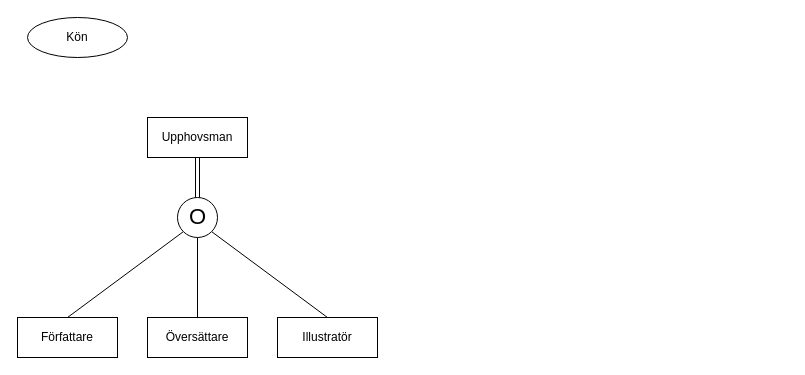
Earlier version of the draw.io diagram Boksamling.drawio (Ingelisun/ERmodels). Source tidied: cells renumbered, new cells numbered last; positions are measured from the earlier drawing's top-left corner, leaving out a move shared by most shapes. Both pictures are drawn from the tidied source at 100%, with x=0, y=0 at pixel (17, 17).
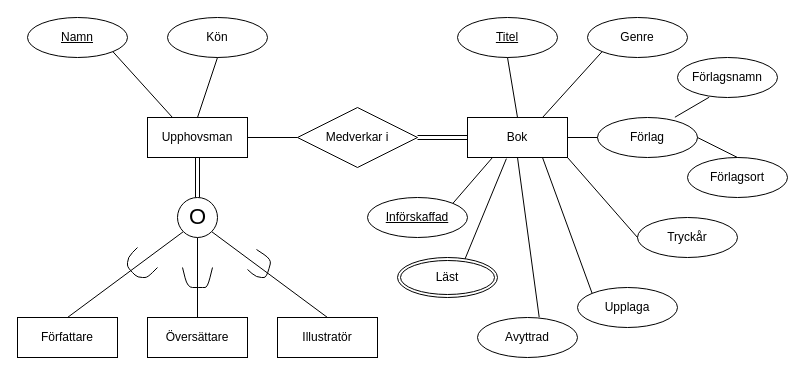
After the change.

The change refers to these unchanged cells:
```xml
<mxCell id="2" value="Upphovsman" style="whiteSpace=wrap;html=1;align=center;" parent="1" vertex="1">
  <mxGeometry x="130" y="100" width="100" height="40" as="geometry" />
</mxCell>
```

The edit, as a diff of the source:
```diff
@@
-    <mxCell id="3" value="Kön" style="ellipse;whiteSpace=wrap;html=1;align=center;" parent="1" vertex="1">
+    <mxCell id="3" value="&lt;u&gt;Namn&lt;/u&gt;" style="ellipse;whiteSpace=wrap;html=1;align=center;" parent="1" vertex="1">
       <mxGeometry x="10" width="100" height="40" as="geometry" />
     </mxCell>
@@
+    <mxCell id="14" style="endArrow=none;html=1;fontSize=26;anchorPointDirection=0;" parent="1" edge="1">
+      <mxGeometry relative="1" as="geometry">
+        <mxPoint x="120" y="230" as="sourcePoint" />
+        <mxPoint x="140" y="250" as="targetPoint" />
+        <Array as="points">
+          <mxPoint x="110" y="240" />
+          <mxPoint x="110" y="250" />
+          <mxPoint x="120" y="260" />
+          <mxPoint x="130" y="260" />
+        </Array>
+      </mxGeometry>
+    </mxCell>
+    <mxCell id="15" style="endArrow=none;html=1;fontSize=26;" parent="1" edge="1">
+      <mxGeometry relative="1" as="geometry">
+        <mxPoint x="165" y="250" as="sourcePoint" />
+        <mxPoint x="195" y="250" as="targetPoint" />
+        <Array as="points">
+          <mxPoint x="170" y="270" />
+          <mxPoint x="180" y="270" />
+          <mxPoint x="190" y="270" />
+        </Array>
+      </mxGeometry>
+    </mxCell>
+    <mxCell id="16" style="endArrow=none;html=1;fontSize=26;" parent="1" edge="1">
+      <mxGeometry relative="1" as="geometry">
+        <mxPoint x="230" y="252" as="sourcePoint" />
+        <mxPoint x="239" y="232" as="targetPoint" />
+        <Array as="points">
+          <mxPoint x="239" y="260" />
+          <mxPoint x="249" y="260" />
+          <mxPoint x="254" y="242" />
+        </Array>
+      </mxGeometry>
+    </mxCell>
+    <mxCell id="17" style="edgeStyle=orthogonalEdgeStyle;shape=link;rounded=0;jettySize=auto;html=1;fontSize=12;" parent="1" edge="1" source="18" target="19">
+      <mxGeometry relative="1" as="geometry" />
+    </mxCell>
+    <mxCell id="18" value="Medverkar i" style="shape=rhombus;perimeter=rhombusPerimeter;whiteSpace=wrap;html=1;align=center;fontSize=12;" parent="1" vertex="1">
+      <mxGeometry x="280" y="90" width="120" height="60" as="geometry" />
+    </mxCell>
+    <mxCell id="19" value="Bok" style="whiteSpace=wrap;html=1;align=center;fontSize=12;" parent="1" vertex="1">
+      <mxGeometry x="450" y="100" width="100" height="40" as="geometry" />
+    </mxCell>
+    <mxCell id="20" style="endArrow=none;html=1;rounded=0;fontSize=12;exitX=1;exitY=0.5;exitDx=0;exitDy=0;entryX=0;entryY=0.5;entryDx=0;entryDy=0;" parent="1" edge="1" source="2" target="18">
+      <mxGeometry relative="1" as="geometry" />
+    </mxCell>
+    <mxCell id="21" style="endArrow=none;html=1;rounded=0;fontSize=12;exitX=1;exitY=1;exitDx=0;exitDy=0;entryX=0.25;entryY=0;entryDx=0;entryDy=0;" parent="1" edge="1" source="3" target="2">
+      <mxGeometry relative="1" as="geometry" />
+    </mxCell>
+    <mxCell id="22" value="Kön" style="ellipse;whiteSpace=wrap;html=1;align=center;" parent="1" vertex="1">
+      <mxGeometry x="150" width="100" height="40" as="geometry" />
+    </mxCell>
+    <mxCell id="23" style="endArrow=none;html=1;rounded=0;fontSize=12;exitX=0.5;exitY=0;exitDx=0;exitDy=0;entryX=0.5;entryY=1;entryDx=0;entryDy=0;" parent="1" edge="1" source="2" target="22">
+      <mxGeometry relative="1" as="geometry" />
+    </mxCell>
+    <mxCell id="24" value="&lt;u&gt;Titel&lt;/u&gt;" style="ellipse;whiteSpace=wrap;html=1;align=center;" parent="1" vertex="1">
+      <mxGeometry x="440" width="100" height="40" as="geometry" />
+    </mxCell>
+    <mxCell id="25" value="Genre" style="ellipse;whiteSpace=wrap;html=1;align=center;" parent="1" vertex="1">
+      <mxGeometry x="570" width="100" height="40" as="geometry" />
+    </mxCell>
+    <mxCell id="26" value="Förlag" style="ellipse;whiteSpace=wrap;html=1;align=center;" parent="1" vertex="1">
+      <mxGeometry x="580" y="100" width="100" height="40" as="geometry" />
+    </mxCell>
+    <mxCell id="27" value="Förlagsort" style="ellipse;whiteSpace=wrap;html=1;align=center;" parent="1" vertex="1">
+      <mxGeometry x="670" y="140" width="100" height="40" as="geometry" />
+    </mxCell>
+    <mxCell id="28" value="Tryckår" style="ellipse;whiteSpace=wrap;html=1;align=center;" parent="1" vertex="1">
+      <mxGeometry x="620" y="200" width="100" height="40" as="geometry" />
+    </mxCell>
+    <mxCell id="29" value="Upplaga" style="ellipse;whiteSpace=wrap;html=1;align=center;" parent="1" vertex="1">
+      <mxGeometry x="560" y="270" width="100" height="40" as="geometry" />
+    </mxCell>
+    <mxCell id="30" value="&lt;u&gt;Införskaffad&lt;/u&gt;" style="ellipse;whiteSpace=wrap;html=1;align=center;fontSize=12;" parent="1" vertex="1">
+      <mxGeometry x="350" y="180" width="100" height="40" as="geometry" />
+    </mxCell>
+    <mxCell id="31" value="Avyttrad" style="ellipse;whiteSpace=wrap;html=1;align=center;fontSize=12;" parent="1" vertex="1">
+      <mxGeometry x="460" y="300" width="100" height="40" as="geometry" />
+    </mxCell>
+    <mxCell id="32" style="endArrow=none;html=1;rounded=0;fontSize=12;entryX=0.25;entryY=1;entryDx=0;entryDy=0;exitX=1;exitY=0;exitDx=0;exitDy=0;" parent="1" edge="1" source="30" target="19">
+      <mxGeometry relative="1" as="geometry" />
+    </mxCell>
+    <mxCell id="33" style="endArrow=none;html=1;rounded=0;fontSize=12;entryX=0.5;entryY=0;entryDx=0;entryDy=0;exitX=0.389;exitY=1.029;exitDx=0;exitDy=0;exitPerimeter=0;" parent="1" edge="1" source="19">
+      <mxGeometry relative="1" as="geometry">
+        <mxPoint x="444" y="250" as="targetPoint" />
+      </mxGeometry>
+    </mxCell>
+    <mxCell id="34" style="endArrow=none;html=1;rounded=0;fontSize=12;entryX=0.617;entryY=-0.007;entryDx=0;entryDy=0;entryPerimeter=0;exitX=0.5;exitY=1;exitDx=0;exitDy=0;" parent="1" edge="1" source="19" target="31">
+      <mxGeometry relative="1" as="geometry" />
+    </mxCell>
+    <mxCell id="35" style="endArrow=none;html=1;rounded=0;fontSize=12;entryX=0;entryY=0;entryDx=0;entryDy=0;exitX=0.75;exitY=1;exitDx=0;exitDy=0;" parent="1" edge="1" source="19" target="29">
+      <mxGeometry relative="1" as="geometry" />
+    </mxCell>
+    <mxCell id="36" style="endArrow=none;html=1;rounded=0;fontSize=12;entryX=0;entryY=0.5;entryDx=0;entryDy=0;exitX=1;exitY=1;exitDx=0;exitDy=0;" parent="1" edge="1" source="19" target="28">
+      <mxGeometry relative="1" as="geometry" />
+    </mxCell>
+    <mxCell id="37" style="endArrow=none;html=1;rounded=0;fontSize=12;entryX=0.5;entryY=0;entryDx=0;entryDy=0;exitX=1;exitY=0.5;exitDx=0;exitDy=0;" parent="1" edge="1" source="26" target="27">
+      <mxGeometry relative="1" as="geometry" />
+    </mxCell>
+    <mxCell id="38" value="Förlagsnamn" style="ellipse;whiteSpace=wrap;html=1;align=center;" parent="1" vertex="1">
+      <mxGeometry x="660" y="40" width="100" height="40" as="geometry" />
+    </mxCell>
+    <mxCell id="39" style="endArrow=none;html=1;rounded=0;fontSize=12;entryX=0.317;entryY=0.993;entryDx=0;entryDy=0;entryPerimeter=0;exitX=0.774;exitY=-0.007;exitDx=0;exitDy=0;exitPerimeter=0;" parent="1" edge="1" source="26" target="38">
+      <mxGeometry relative="1" as="geometry" />
+    </mxCell>
+    <mxCell id="40" style="endArrow=none;html=1;rounded=0;fontSize=12;entryX=0;entryY=0.5;entryDx=0;entryDy=0;exitX=1;exitY=0.5;exitDx=0;exitDy=0;" parent="1" edge="1" source="19" target="26">
+      <mxGeometry relative="1" as="geometry" />
+    </mxCell>
+    <mxCell id="41" style="endArrow=none;html=1;rounded=0;fontSize=12;entryX=0;entryY=1;entryDx=0;entryDy=0;exitX=0.75;exitY=0;exitDx=0;exitDy=0;" parent="1" edge="1" source="19" target="25">
+      <mxGeometry relative="1" as="geometry" />
+    </mxCell>
+    <mxCell id="42" style="endArrow=none;html=1;rounded=0;fontSize=12;entryX=0.5;entryY=0;entryDx=0;entryDy=0;exitX=0.5;exitY=1;exitDx=0;exitDy=0;" parent="1" edge="1" source="24" target="19">
+      <mxGeometry relative="1" as="geometry" />
+    </mxCell>
+    <mxCell id="43" value="Läst" style="ellipse;shape=doubleEllipse;margin=3;whiteSpace=wrap;html=1;align=center;fontSize=12;" parent="1" vertex="1">
+      <mxGeometry x="380" y="240" width="100" height="40" as="geometry" />
+    </mxCell>
```
